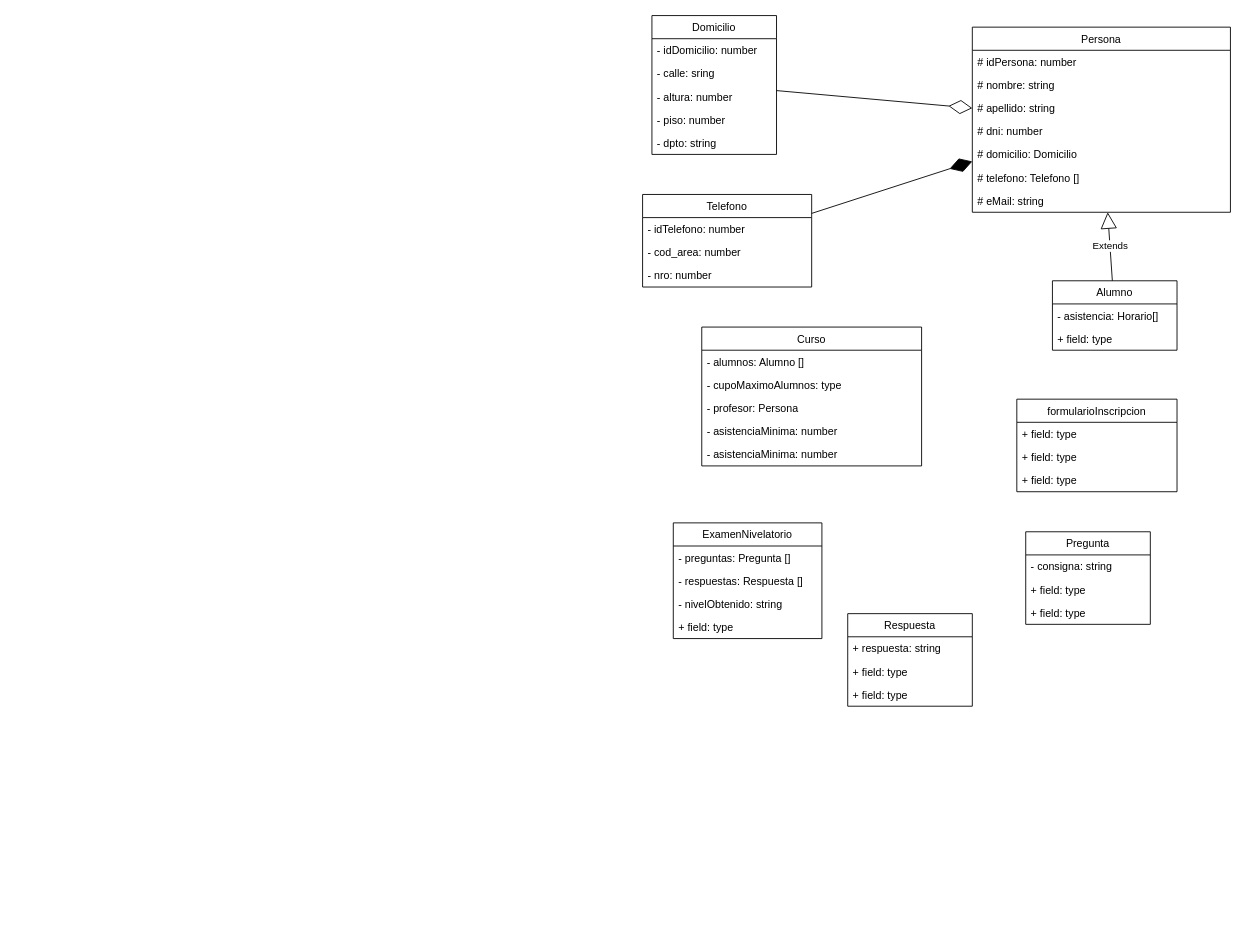
Above: - UML/diagrama_proyecto_final.drawio in mariela21180/institucional-cfp (draw.io), before the change. Source tidied: cells renumbered, new cells numbered last; positions are measured from the earlier drawing's top-left corner, leaving out a move shared by most shapes. Both pictures are drawn from the tidied source at 89%, with x=0, y=0 at pixel (643, 15).
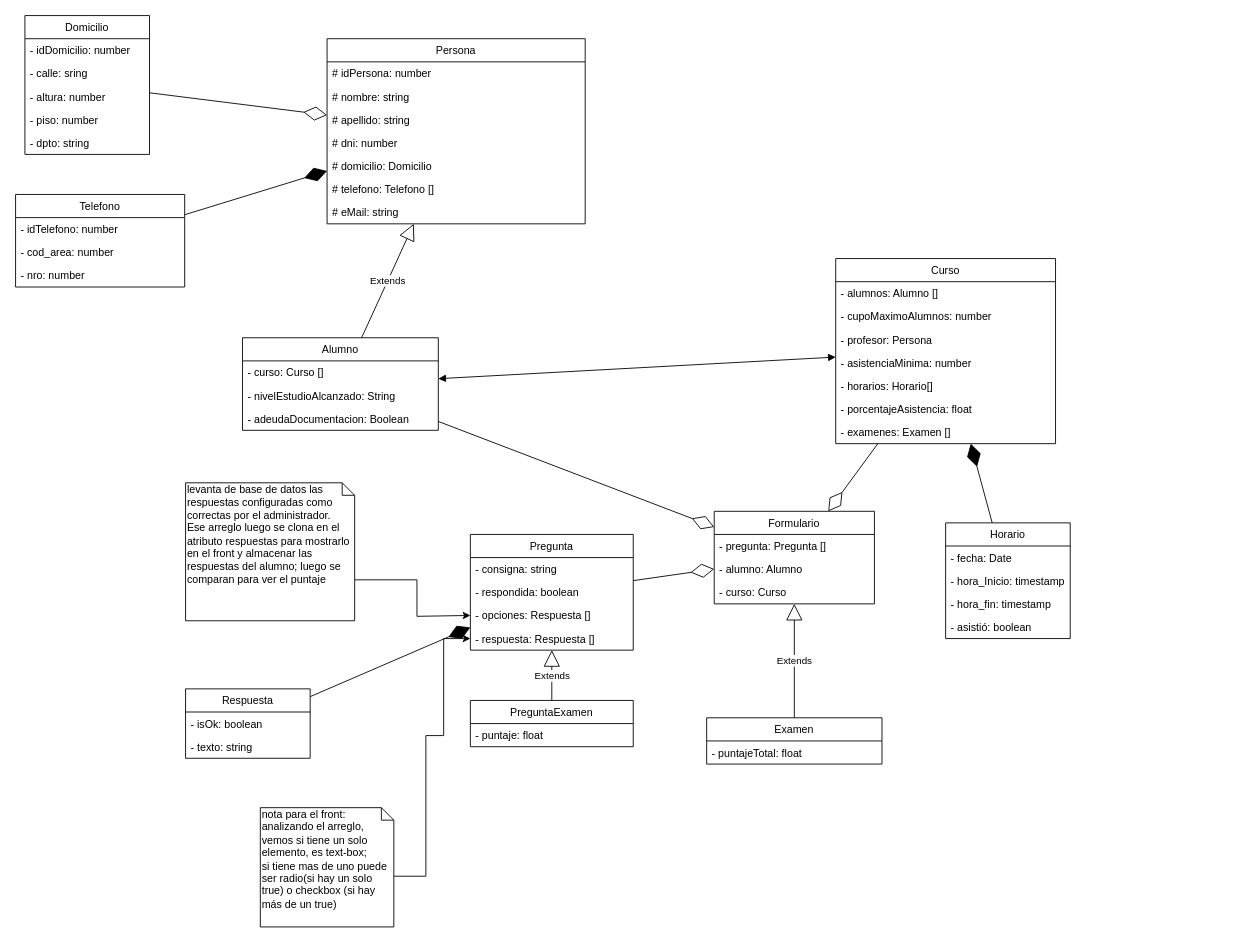
Above is the later version.

Change to the diagram source:
```diff
@@
     <mxCell id="2" value="Curso" style="swimlane;fontStyle=0;horizontal=1;startSize=26;fillColor=none;" parent="1" vertex="1">
-      <mxGeometry x="66" y="350" width="247" height="156" as="geometry" />
+      <mxGeometry x="216.5" y="273" width="247" height="208" as="geometry" />
     </mxCell>
@@
-    <mxCell id="4" value="- cupoMaximoAlumnos: type" style="text;strokeColor=none;fillColor=none;align=left;verticalAlign=top;spacingLeft=4;spacingRight=4;overflow=hidden;" parent="2" vertex="1">
+    <mxCell id="4" value="- cupoMaximoAlumnos: number" style="text;strokeColor=none;fillColor=none;align=left;verticalAlign=top;spacingLeft=4;spacingRight=4;overflow=hidden;" parent="2" vertex="1">
       <mxGeometry y="52" width="247" height="26" as="geometry" />
     </mxCell>
@@
-    <mxCell id="7" value="- asistenciaMinima: number" style="text;strokeColor=none;fillColor=none;align=left;verticalAlign=top;spacingLeft=4;spacingRight=4;overflow=hidden;" parent="2" vertex="1">
-      <mxGeometry y="130" width="247" height="26" as="geometry" />
-    </mxCell>
+    <mxCell id="49" value="- horarios: Horario[]" style="text;strokeColor=none;fillColor=none;align=left;verticalAlign=top;spacingLeft=4;spacingRight=4;overflow=hidden;" parent="2" vertex="1">
+      <mxGeometry y="130" width="247" height="26" as="geometry" />
+    </mxCell>
+    <mxCell id="50" value="- porcentajeAsistencia: float" style="text;strokeColor=none;fillColor=none;align=left;verticalAlign=top;spacingLeft=4;spacingRight=4;overflow=hidden;" parent="2" vertex="1">
+      <mxGeometry y="156" width="247" height="26" as="geometry" />
+    </mxCell>
+    <mxCell id="51" value="- examenes: Examen []" style="text;strokeColor=none;fillColor=none;align=left;verticalAlign=top;spacingLeft=4;spacingRight=4;overflow=hidden;" parent="2" vertex="1">
+      <mxGeometry y="182" width="247" height="26" as="geometry" />
+    </mxCell>
     <mxCell id="8" value="Alumno" style="swimlane;fontStyle=0;horizontal=1;startSize=26;fillColor=none;" parent="1" vertex="1">
-      <mxGeometry x="460" y="298" width="140" height="78" as="geometry" />
+      <mxGeometry x="-450" y="362" width="220" height="104" as="geometry" />
     </mxCell>
-    <mxCell id="9" value="- asistencia: Horario[]" style="text;strokeColor=none;fillColor=none;align=left;verticalAlign=top;spacingLeft=4;spacingRight=4;overflow=hidden;" parent="8" vertex="1">
-      <mxGeometry y="26" width="140" height="26" as="geometry" />
-    </mxCell>
-    <mxCell id="10" value="+ field: type" style="text;strokeColor=none;fillColor=none;align=left;verticalAlign=top;spacingLeft=4;spacingRight=4;overflow=hidden;" parent="8" vertex="1">
-      <mxGeometry y="52" width="140" height="26" as="geometry" />
+    <mxCell id="10" value="- curso: Curso []" style="text;strokeColor=none;fillColor=none;align=left;verticalAlign=top;spacingLeft=4;spacingRight=4;overflow=hidden;" parent="8" vertex="1">
+      <mxGeometry y="26" width="220" height="26" as="geometry" />
     </mxCell>
+    <mxCell id="52" value="- nivelEstudioAlcanzado: String" style="text;strokeColor=none;fillColor=none;align=left;verticalAlign=top;spacingLeft=4;spacingRight=4;overflow=hidden;" parent="8" vertex="1">
+      <mxGeometry y="52" width="220" height="26" as="geometry" />
+    </mxCell>
+    <mxCell id="53" value="- adeudaDocumentacion: Boolean" style="text;strokeColor=none;fillColor=none;align=left;verticalAlign=top;spacingLeft=4;spacingRight=4;overflow=hidden;" parent="8" vertex="1">
+      <mxGeometry y="78" width="220" height="26" as="geometry" />
+    </mxCell>
     <mxCell id="11" value="Persona" style="swimlane;fontStyle=0;horizontal=1;startSize=26;fillColor=none;" parent="1" vertex="1">
-      <mxGeometry x="370" y="13" width="290" height="208" as="geometry" />
+      <mxGeometry x="-355" y="26" width="290" height="208" as="geometry" />
     </mxCell>
@@
-    <mxCell id="19" value="formularioInscripcion" style="swimlane;fontStyle=0;horizontal=1;startSize=26;fillColor=none;" parent="1" vertex="1">
-      <mxGeometry x="420" y="431" width="180" height="104" as="geometry" />
+    <mxCell id="19" value="Formulario" style="swimlane;fontStyle=0;horizontal=1;startSize=26;fillColor=none;" parent="1" vertex="1">
+      <mxGeometry x="80" y="557" width="180" height="104" as="geometry" />
     </mxCell>
-    <mxCell id="20" value="+ field: type" style="text;strokeColor=none;fillColor=none;align=left;verticalAlign=top;spacingLeft=4;spacingRight=4;overflow=hidden;" parent="19" vertex="1">
+    <mxCell id="20" value="- pregunta: Pregunta []" style="text;strokeColor=none;fillColor=none;align=left;verticalAlign=top;spacingLeft=4;spacingRight=4;overflow=hidden;" parent="19" vertex="1">
       <mxGeometry y="26" width="180" height="26" as="geometry" />
     </mxCell>
-    <mxCell id="21" value="+ field: type" style="text;strokeColor=none;fillColor=none;align=left;verticalAlign=top;spacingLeft=4;spacingRight=4;overflow=hidden;" parent="19" vertex="1">
-      <mxGeometry y="52" width="180" height="26" as="geometry" />
-    </mxCell>
-    <mxCell id="22" value="+ field: type" style="text;strokeColor=none;fillColor=none;align=left;verticalAlign=top;spacingLeft=4;spacingRight=4;overflow=hidden;" parent="19" vertex="1">
-      <mxGeometry y="78" width="180" height="26" as="geometry" />
-    </mxCell>
+    <mxCell id="54" value="- alumno: Alumno" style="text;strokeColor=none;fillColor=none;align=left;verticalAlign=top;spacingLeft=4;spacingRight=4;overflow=hidden;" parent="19" vertex="1">
+      <mxGeometry y="52" width="180" height="26" as="geometry" />
+    </mxCell>
+    <mxCell id="55" value="- curso: Curso" style="text;strokeColor=none;fillColor=none;align=left;verticalAlign=top;spacingLeft=4;spacingRight=4;overflow=hidden;" parent="19" vertex="1">
+      <mxGeometry y="78" width="180" height="26" as="geometry" />
+    </mxCell>
-    <mxCell id="23" value="ExamenNivelatorio" style="swimlane;fontStyle=0;horizontal=1;startSize=26;fillColor=none;" parent="1" vertex="1">
-      <mxGeometry x="34" y="570" width="167" height="130" as="geometry" />
+    <mxCell id="23" value="Examen" style="swimlane;fontStyle=0;horizontal=1;startSize=26;fillColor=none;" parent="1" vertex="1">
+      <mxGeometry x="71.5" y="789" width="197" height="52" as="geometry" />
     </mxCell>
-    <mxCell id="24" value="- preguntas: Pregunta []" style="text;strokeColor=none;fillColor=none;align=left;verticalAlign=top;spacingLeft=4;spacingRight=4;overflow=hidden;" parent="23" vertex="1">
-      <mxGeometry y="26" width="167" height="26" as="geometry" />
-    </mxCell>
-    <mxCell id="25" value="- respuestas: Respuesta []" style="text;strokeColor=none;fillColor=none;align=left;verticalAlign=top;spacingLeft=4;spacingRight=4;overflow=hidden;" parent="23" vertex="1">
-      <mxGeometry y="52" width="167" height="26" as="geometry" />
-    </mxCell>
-    <mxCell id="26" value="- nivelObtenido: string" style="text;strokeColor=none;fillColor=none;align=left;verticalAlign=top;spacingLeft=4;spacingRight=4;overflow=hidden;" parent="23" vertex="1">
-      <mxGeometry y="78" width="167" height="26" as="geometry" />
+    <mxCell id="26" value="- puntajeTotal: float" style="text;strokeColor=none;fillColor=none;align=left;verticalAlign=top;spacingLeft=4;spacingRight=4;overflow=hidden;" parent="23" vertex="1">
+      <mxGeometry y="26" width="197" height="26" as="geometry" />
     </mxCell>
-    <mxCell id="27" value="+ field: type" style="text;strokeColor=none;fillColor=none;align=left;verticalAlign=top;spacingLeft=4;spacingRight=4;overflow=hidden;" parent="23" vertex="1">
-      <mxGeometry y="104" width="167" height="26" as="geometry" />
-    </mxCell>
-    <mxCell id="28" value="Pregunta" style="swimlane;fontStyle=0;horizontal=1;startSize=26;fillColor=none;" parent="1" vertex="1">
-      <mxGeometry x="430" y="580" width="140" height="104" as="geometry" />
+    <mxCell id="28" value="PreguntaExamen" style="swimlane;fontStyle=0;horizontal=1;startSize=26;fillColor=none;" parent="1" vertex="1">
+      <mxGeometry x="-194" y="769.5" width="183" height="52" as="geometry" />
     </mxCell>
-    <mxCell id="29" value="- consigna: string" style="text;strokeColor=none;fillColor=none;align=left;verticalAlign=top;spacingLeft=4;spacingRight=4;overflow=hidden;" parent="28" vertex="1">
-      <mxGeometry y="26" width="140" height="26" as="geometry" />
-    </mxCell>
-    <mxCell id="30" value="+ field: type" style="text;strokeColor=none;fillColor=none;align=left;verticalAlign=top;spacingLeft=4;spacingRight=4;overflow=hidden;" parent="28" vertex="1">
-      <mxGeometry y="52" width="140" height="26" as="geometry" />
-    </mxCell>
-    <mxCell id="31" value="+ field: type" style="text;strokeColor=none;fillColor=none;align=left;verticalAlign=top;spacingLeft=4;spacingRight=4;overflow=hidden;" parent="28" vertex="1">
-      <mxGeometry y="78" width="140" height="26" as="geometry" />
-    </mxCell>
+    <mxCell id="56" value="- puntaje: float" style="text;strokeColor=none;fillColor=none;align=left;verticalAlign=top;spacingLeft=4;spacingRight=4;overflow=hidden;" parent="28" vertex="1">
+      <mxGeometry y="26" width="183" height="26" as="geometry" />
+    </mxCell>
     <mxCell id="32" value="Respuesta" style="swimlane;fontStyle=0;horizontal=1;startSize=26;fillColor=none;" parent="1" vertex="1">
-      <mxGeometry x="230" y="672" width="140" height="104" as="geometry" />
+      <mxGeometry x="-514" y="756.5" width="140" height="78" as="geometry" />
     </mxCell>
-    <mxCell id="33" value="+ respuesta: string" style="text;strokeColor=none;fillColor=none;align=left;verticalAlign=top;spacingLeft=4;spacingRight=4;overflow=hidden;" parent="32" vertex="1">
+    <mxCell id="33" value="- isOk: boolean" style="text;strokeColor=none;fillColor=none;align=left;verticalAlign=top;spacingLeft=4;spacingRight=4;overflow=hidden;" parent="32" vertex="1">
       <mxGeometry y="26" width="140" height="26" as="geometry" />
     </mxCell>
-    <mxCell id="34" value="+ field: type" style="text;strokeColor=none;fillColor=none;align=left;verticalAlign=top;spacingLeft=4;spacingRight=4;overflow=hidden;" parent="32" vertex="1">
+    <mxCell id="34" value="- texto: string" style="text;strokeColor=none;fillColor=none;align=left;verticalAlign=top;spacingLeft=4;spacingRight=4;overflow=hidden;" parent="32" vertex="1">
       <mxGeometry y="52" width="140" height="26" as="geometry" />
     </mxCell>
-    <mxCell id="35" value="+ field: type" style="text;strokeColor=none;fillColor=none;align=left;verticalAlign=top;spacingLeft=4;spacingRight=4;overflow=hidden;" parent="32" vertex="1">
-      <mxGeometry y="78" width="140" height="26" as="geometry" />
-    </mxCell>
     <mxCell id="36" value="Domicilio" style="swimlane;fontStyle=0;horizontal=1;startSize=26;fillColor=none;" parent="1" vertex="1">
-      <mxGeometry x="10" width="140" height="156" as="geometry" />
+      <mxGeometry x="-694.5" width="140" height="156" as="geometry" />
     </mxCell>
@@
     <mxCell id="42" value="Telefono" style="swimlane;fontStyle=0;horizontal=1;startSize=26;fillColor=none;" parent="1" vertex="1">
-      <mxGeometry x="-0.5" y="201" width="190" height="104" as="geometry" />
+      <mxGeometry x="-705" y="201" width="190" height="104" as="geometry" />
     </mxCell>
@@
+    <mxCell id="57" value="Horario" style="swimlane;fontStyle=0;horizontal=1;startSize=26;fillColor=none;" parent="1" vertex="1">
+      <mxGeometry x="340" y="570" width="140" height="130" as="geometry" />
+    </mxCell>
+    <mxCell id="58" value="- fecha: Date" style="text;strokeColor=none;fillColor=none;align=left;verticalAlign=top;spacingLeft=4;spacingRight=4;overflow=hidden;" parent="57" vertex="1">
+      <mxGeometry y="26" width="140" height="26" as="geometry" />
+    </mxCell>
+    <mxCell id="59" value="- hora_Inicio: timestamp" style="text;strokeColor=none;fillColor=none;align=left;verticalAlign=top;spacingLeft=4;spacingRight=4;overflow=hidden;" parent="57" vertex="1">
+      <mxGeometry y="52" width="140" height="26" as="geometry" />
+    </mxCell>
+    <mxCell id="60" value="- hora_fin: timestamp" style="text;strokeColor=none;fillColor=none;align=left;verticalAlign=top;spacingLeft=4;spacingRight=4;overflow=hidden;" parent="57" vertex="1">
+      <mxGeometry y="78" width="140" height="26" as="geometry" />
+    </mxCell>
+    <mxCell id="61" value="- asistió: boolean" style="text;strokeColor=none;fillColor=none;align=left;verticalAlign=top;spacingLeft=4;spacingRight=4;overflow=hidden;" parent="57" vertex="1">
+      <mxGeometry y="104" width="140" height="26" as="geometry" />
+    </mxCell>
+    <mxCell id="62" style="endArrow=diamondThin;endFill=1;endSize=24;html=1;" parent="1" edge="1" source="57" target="2">
+      <mxGeometry relative="1" as="geometry" />
+    </mxCell>
+    <mxCell id="63" style="endArrow=block;startArrow=block;endFill=1;startFill=1;html=1;" parent="1" edge="1" source="2" target="8">
+      <mxGeometry relative="1" as="geometry" />
+    </mxCell>
+    <mxCell id="64" style="edgeStyle=orthogonalEdgeStyle;rounded=0;jettySize=auto;html=1;entryX=0;entryY=0.5;entryDx=0;entryDy=0;" parent="1" edge="1" source="65" target="72">
+      <mxGeometry relative="1" as="geometry">
+        <Array as="points">
+          <mxPoint x="-244" y="967" />
+          <mxPoint x="-244" y="809" />
+          <mxPoint x="-224" y="809" />
+          <mxPoint x="-224" y="700" />
+        </Array>
+      </mxGeometry>
+    </mxCell>
+    <mxCell id="65" value="nota para el front:&lt;br&gt;analizando el arreglo, vemos si tiene un solo elemento, es text-box;&lt;br&gt;si tiene mas de uno puede ser radio(si hay un solo true) o checkbox (si hay más de un true)" style="shape=note;whiteSpace=wrap;html=1;size=14;verticalAlign=top;align=left;spacingTop=-6;" parent="1" vertex="1">
+      <mxGeometry x="-430" y="890" width="150" height="134" as="geometry" />
+    </mxCell>
+    <mxCell id="66" style="edgeStyle=orthogonalEdgeStyle;rounded=0;jettySize=auto;html=1;entryX=0;entryY=0.5;entryDx=0;entryDy=0;" parent="1" edge="1" source="67" target="71">
+      <mxGeometry relative="1" as="geometry">
+        <Array as="points">
+          <mxPoint x="-254" y="634" />
+          <mxPoint x="-254" y="675" />
+        </Array>
+      </mxGeometry>
+    </mxCell>
+    <mxCell id="67" value="levanta de base de datos las respuestas configuradas como correctas por el administrador.&lt;br&gt;Ese arreglo luego se clona en el atributo respuestas para mostrarlo en el front y almacenar las respuestas del alumno; luego se comparan para ver el puntaje" style="shape=note;whiteSpace=wrap;html=1;size=14;verticalAlign=top;align=left;spacingTop=-6;" parent="1" vertex="1">
+      <mxGeometry x="-514" y="525" width="190" height="155" as="geometry" />
+    </mxCell>
+    <mxCell id="68" style="endArrow=diamondThin;endFill=1;endSize=24;html=1;" parent="1" edge="1" source="32" target="69">
+      <mxGeometry relative="1" as="geometry" />
+    </mxCell>
+    <mxCell id="69" value="Pregunta" style="swimlane;fontStyle=0;horizontal=1;startSize=26;fillColor=none;" parent="1" vertex="1">
+      <mxGeometry x="-194" y="583" width="183" height="130" as="geometry" />
+    </mxCell>
+    <mxCell id="29" value="- consigna: string" style="text;strokeColor=none;fillColor=none;align=left;verticalAlign=top;spacingLeft=4;spacingRight=4;overflow=hidden;" parent="69" vertex="1">
+      <mxGeometry y="26" width="183" height="26" as="geometry" />
+    </mxCell>
+    <mxCell id="70" value="- respondida: boolean" style="text;strokeColor=none;fillColor=none;align=left;verticalAlign=top;spacingLeft=4;spacingRight=4;overflow=hidden;" parent="69" vertex="1">
+      <mxGeometry y="52" width="183" height="26" as="geometry" />
+    </mxCell>
+    <mxCell id="71" value="- opciones: Respuesta []" style="text;strokeColor=none;fillColor=none;align=left;verticalAlign=top;spacingLeft=4;spacingRight=4;overflow=hidden;points=[[0,0.5],[1,0.5]];portConstraint=eastwest;" parent="69" vertex="1">
+      <mxGeometry y="78" width="183" height="26" as="geometry" />
+    </mxCell>
+    <mxCell id="72" value="- respuesta: Respuesta []" style="text;strokeColor=none;fillColor=none;align=left;verticalAlign=top;spacingLeft=4;spacingRight=4;overflow=hidden;points=[[0,0.5],[1,0.5]];portConstraint=eastwest;" parent="69" vertex="1">
+      <mxGeometry y="104" width="183" height="26" as="geometry" />
+    </mxCell>
+    <mxCell id="73" value="Extends" style="endArrow=block;endSize=16;endFill=0;html=1;" parent="1" edge="1" source="28" target="69">
+      <mxGeometry relative="1" as="geometry" />
+    </mxCell>
+    <mxCell id="74" style="endArrow=diamondThin;endFill=0;endSize=24;html=1;" parent="1" edge="1" source="69" target="19">
+      <mxGeometry relative="1" as="geometry" />
+    </mxCell>
+    <mxCell id="75" value="Extends" style="endArrow=block;endSize=16;endFill=0;html=1;" parent="1" edge="1" source="23" target="19">
+      <mxGeometry relative="1" as="geometry" />
+    </mxCell>
+    <mxCell id="76" style="endArrow=diamondThin;endFill=0;endSize=24;html=1;" parent="1" edge="1" source="2" target="19">
+      <mxGeometry relative="1" as="geometry" />
+    </mxCell>
+    <mxCell id="77" style="endArrow=diamondThin;endFill=0;endSize=24;html=1;" parent="1" edge="1" source="8" target="19">
+      <mxGeometry relative="1" as="geometry" />
+    </mxCell>
```
